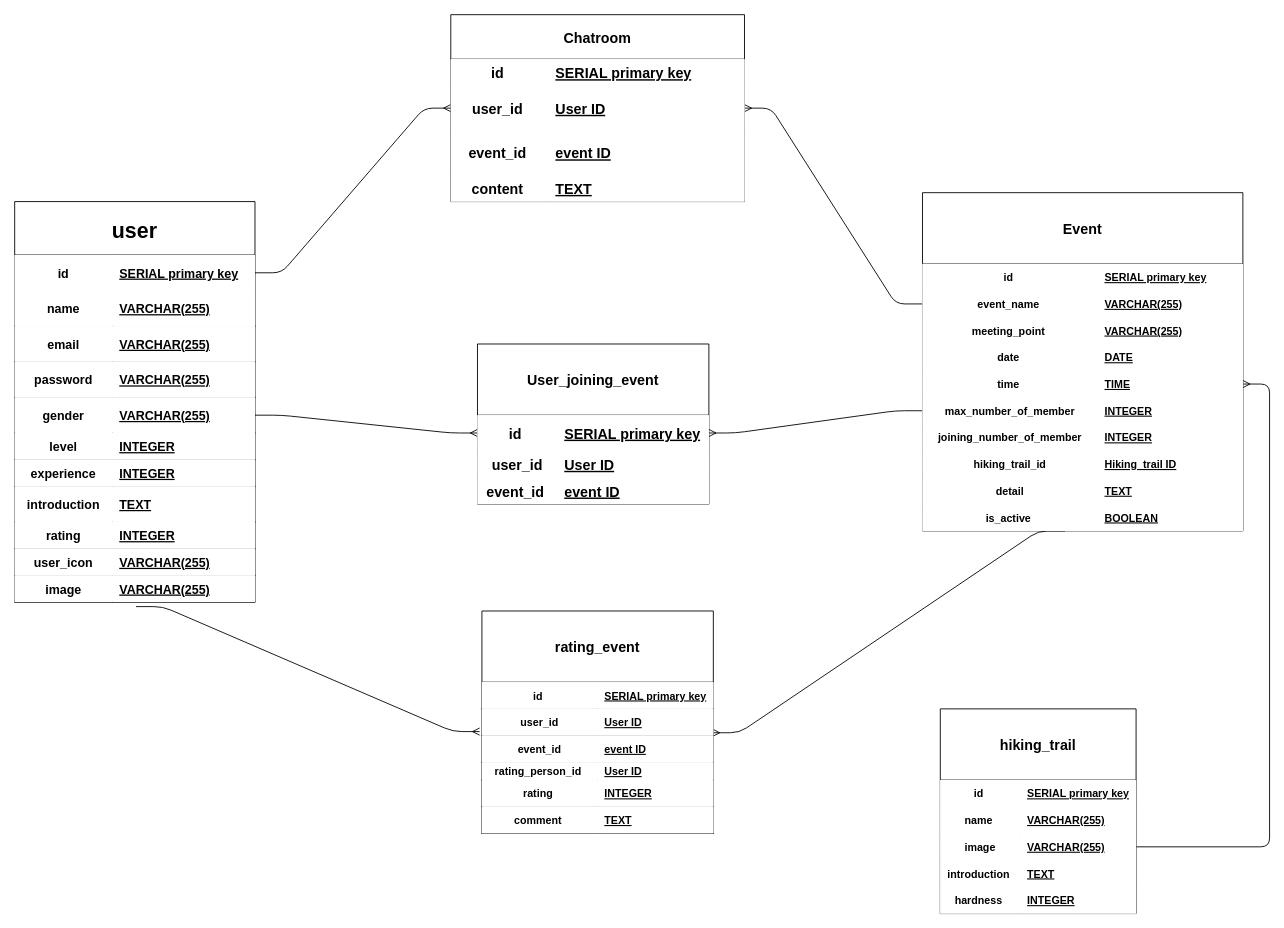
timven2004/letsHike keeps this draw.io diagram as ERD/ERD.drawio. Above is the earlier version. Source tidied: cells renumbered, new cells numbered last; positions are measured from the earlier drawing's top-left corner, leaving out a move shared by most shapes. Both pictures are drawn from the tidied source at 89%, with x=0, y=0 at pixel (14, 14).
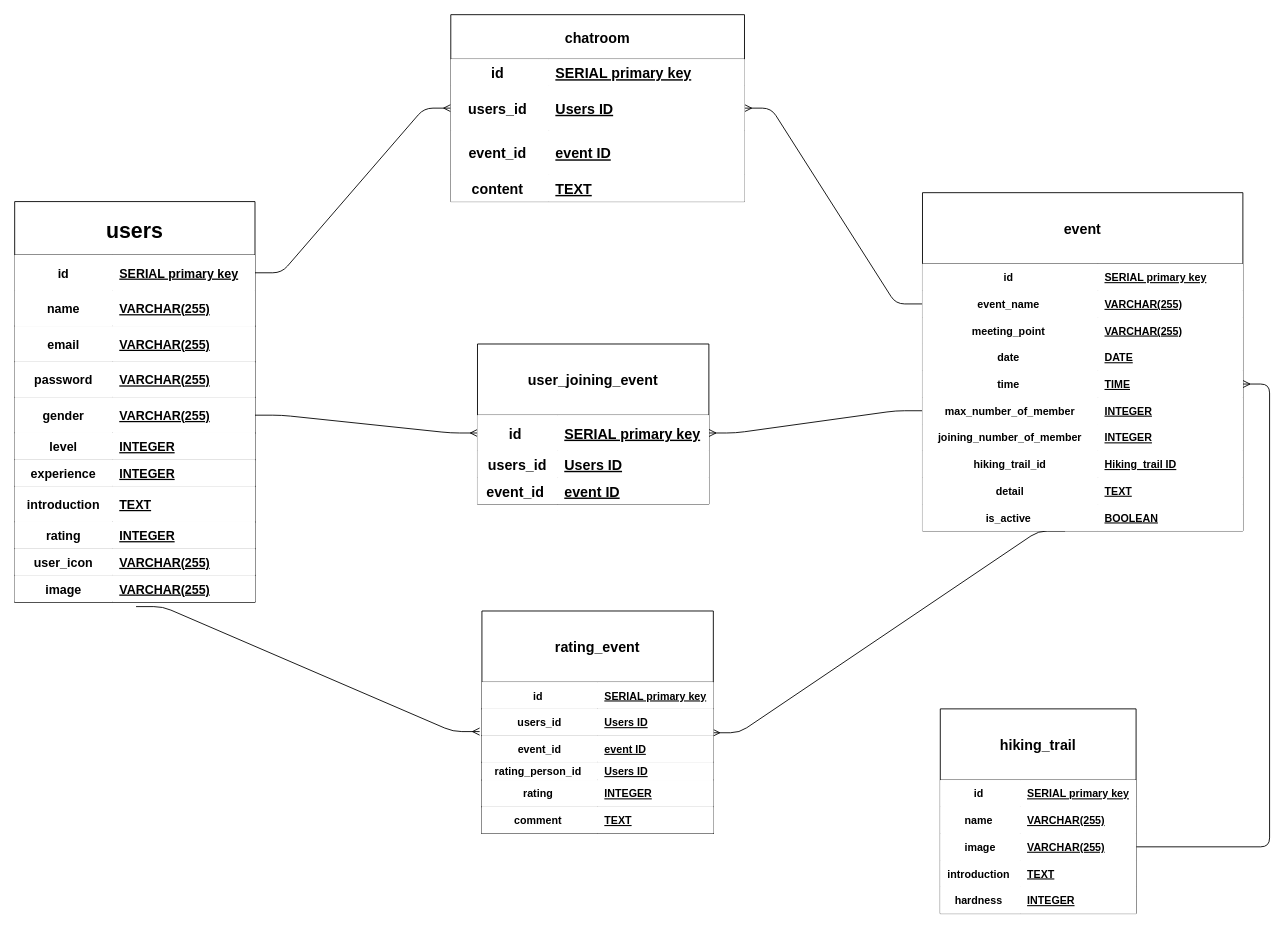
After the change.

The change refers to these unchanged cells:
```xml
<mxCell id="47" style="shape=partialRectangle;top=0;left=0;bottom=0;right=0;fontSize=16;" parent="43" vertex="1">
  <mxGeometry y="80" width="330" height="50" as="geometry" />
</mxCell>
<mxCell id="60" style="shape=partialRectangle;top=0;left=0;bottom=0;right=0;fontSize=16;" parent="56" vertex="1">
  <mxGeometry y="120" width="260" height="30" as="geometry" />
</mxCell>
<mxCell id="70" style="shape=partialRectangle;top=0;left=0;bottom=1;right=0;points=[[0,0.5],[1,0.5]];portConstraint=eastwest;" parent="66" vertex="1">
  <mxGeometry y="110" width="260" height="30" as="geometry" />
</mxCell>
<mxCell id="76" style="shape=partialRectangle;top=0;left=0;bottom=1;right=0;" parent="66" vertex="1">
  <mxGeometry y="170" width="260" height="20" as="geometry" />
</mxCell>
```

What changed in the source:
```diff
@@
-    <mxCell id="9" value="user" style="shape=table;startSize=60;childLayout=tableLayout;rowLines=0;fontStyle=1;align=center;gradientColor=none;fontSize=24;" parent="1" vertex="1">
+    <mxCell id="9" value="users" style="shape=table;startSize=60;childLayout=tableLayout;rowLines=0;fontStyle=1;align=center;gradientColor=none;fontSize=24;" parent="1" vertex="1">
       <mxGeometry y="210" width="270" height="450" as="geometry" />
     </mxCell>
@@
-    <mxCell id="43" value="Chatroom" style="shape=table;startSize=50;childLayout=tableLayout;rowLines=0;fontStyle=1;align=center;strokeColor=#000000;gradientColor=none;fontSize=16;" parent="1" vertex="1">
+    <mxCell id="43" value="chatroom" style="shape=table;startSize=50;childLayout=tableLayout;rowLines=0;fontStyle=1;align=center;strokeColor=#000000;gradientColor=none;fontSize=16;" parent="1" vertex="1">
       <mxGeometry x="490" width="330" height="210" as="geometry" />
     </mxCell>
@@
-    <mxCell id="48" value="user_id " style="shape=partialRectangle;top=0;left=0;bottom=0;right=0;fontStyle=1;overflow=hidden;fontSize=16;" parent="47" vertex="1">
+    <mxCell id="48" value="users_id " style="shape=partialRectangle;top=0;left=0;bottom=0;right=0;fontStyle=1;overflow=hidden;fontSize=16;" parent="47" vertex="1">
       <mxGeometry width="110" height="50" as="geometry" />
     </mxCell>
-    <mxCell id="49" value="User ID" style="shape=partialRectangle;top=0;left=0;bottom=0;right=0;align=left;spacingLeft=6;fontStyle=5;overflow=hidden;fontSize=16;" parent="47" vertex="1">
+    <mxCell id="49" value="Users ID" style="shape=partialRectangle;top=0;left=0;bottom=0;right=0;align=left;spacingLeft=6;fontStyle=5;overflow=hidden;fontSize=16;" parent="47" vertex="1">
       <mxGeometry x="110" width="220" height="50" as="geometry" />
     </mxCell>
@@
-    <mxCell id="56" value="User_joining_event" style="shape=table;startSize=80;childLayout=tableLayout;rowLines=0;fontStyle=1;align=center;strokeColor=#000000;gradientColor=none;fontSize=16;" parent="1" vertex="1">
+    <mxCell id="56" value="user_joining_event" style="shape=table;startSize=80;childLayout=tableLayout;rowLines=0;fontStyle=1;align=center;strokeColor=#000000;gradientColor=none;fontSize=16;" parent="1" vertex="1">
       <mxGeometry x="520" y="370" width="260" height="180" as="geometry" />
     </mxCell>
@@
-    <mxCell id="61" value="user_id" style="shape=partialRectangle;top=0;left=0;bottom=0;right=0;fontStyle=1;overflow=hidden;fontSize=16;" parent="60" vertex="1">
+    <mxCell id="61" value="users_id" style="shape=partialRectangle;top=0;left=0;bottom=0;right=0;fontStyle=1;overflow=hidden;fontSize=16;" parent="60" vertex="1">
       <mxGeometry width="90" height="30" as="geometry" />
     </mxCell>
-    <mxCell id="62" value="User ID" style="shape=partialRectangle;top=0;left=0;bottom=0;right=0;align=left;spacingLeft=6;fontStyle=5;overflow=hidden;fontSize=16;" parent="60" vertex="1">
+    <mxCell id="62" value="Users ID" style="shape=partialRectangle;top=0;left=0;bottom=0;right=0;align=left;spacingLeft=6;fontStyle=5;overflow=hidden;fontSize=16;" parent="60" vertex="1">
       <mxGeometry x="90" width="170" height="30" as="geometry" />
     </mxCell>
@@
-    <mxCell id="71" value="user_id" style="shape=partialRectangle;top=0;left=0;bottom=0;right=0;fontStyle=1;overflow=hidden;" parent="70" vertex="1">
+    <mxCell id="71" value="users_id" style="shape=partialRectangle;top=0;left=0;bottom=0;right=0;fontStyle=1;overflow=hidden;" parent="70" vertex="1">
       <mxGeometry width="130" height="30" as="geometry" />
     </mxCell>
-    <mxCell id="72" value="User ID" style="shape=partialRectangle;top=0;left=0;bottom=0;right=0;align=left;spacingLeft=6;fontStyle=5;overflow=hidden;" parent="70" vertex="1">
+    <mxCell id="72" value="Users ID" style="shape=partialRectangle;top=0;left=0;bottom=0;right=0;align=left;spacingLeft=6;fontStyle=5;overflow=hidden;" parent="70" vertex="1">
       <mxGeometry x="130" width="130" height="30" as="geometry" />
     </mxCell>
@@
-    <mxCell id="78" value="User ID" style="shape=partialRectangle;top=0;left=0;bottom=0;right=0;align=left;spacingLeft=6;fontStyle=5;overflow=hidden;" parent="76" vertex="1">
+    <mxCell id="78" value="Users ID" style="shape=partialRectangle;top=0;left=0;bottom=0;right=0;align=left;spacingLeft=6;fontStyle=5;overflow=hidden;" parent="76" vertex="1">
       <mxGeometry x="130" width="130" height="20" as="geometry" />
     </mxCell>
@@
-    <mxCell id="101" value="Event" style="shape=table;startSize=80;childLayout=tableLayout;rowLines=0;fontStyle=1;align=center;strokeColor=#000000;gradientColor=none;fontSize=16;" parent="1" vertex="1">
+    <mxCell id="101" value="event" style="shape=table;startSize=80;childLayout=tableLayout;rowLines=0;fontStyle=1;align=center;strokeColor=#000000;gradientColor=none;fontSize=16;" parent="1" vertex="1">
       <mxGeometry x="1020" y="200" width="360" height="380" as="geometry" />
     </mxCell>
```
